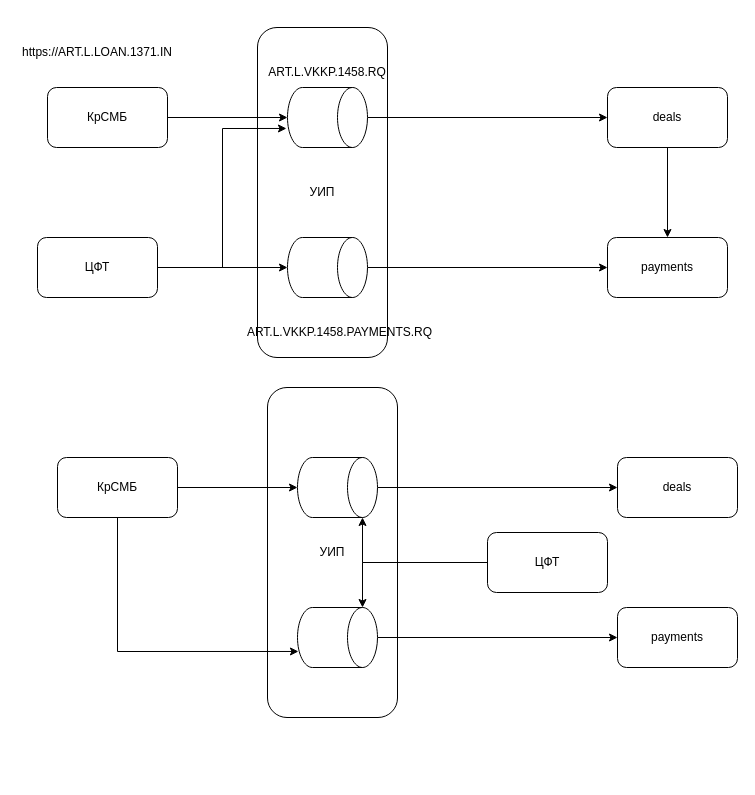
Earlier version of the draw.io diagram d1.drawio (ram2406/my_draw_io_diagrams). Source tidied: cells renumbered, new cells numbered last; positions are measured from the earlier drawing's top-left corner, leaving out a move shared by most shapes. Both pictures are drawn from the tidied source at 100%, with x=0, y=0 at pixel (17, 27).
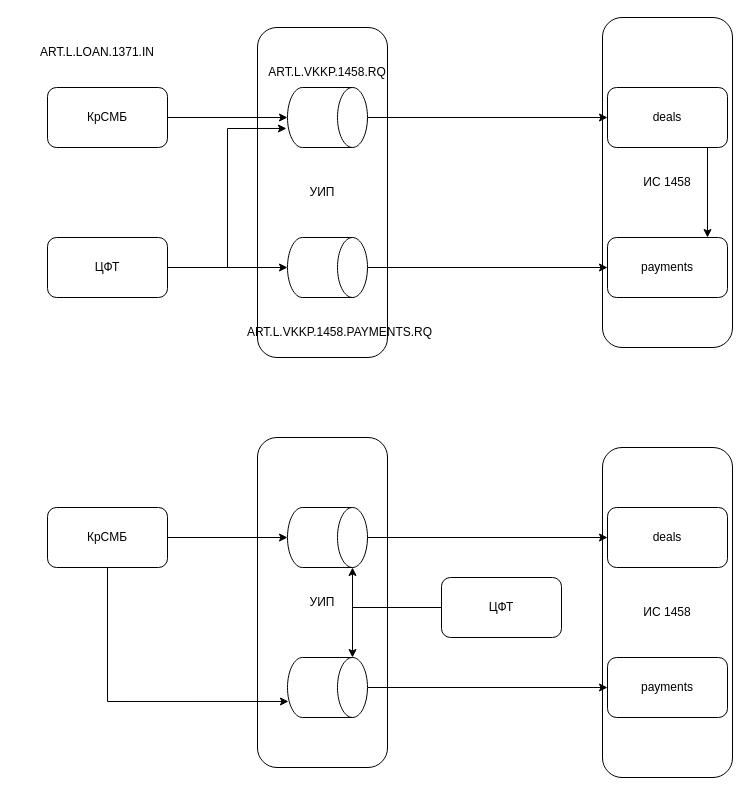
Above is the later version.

Change to the diagram source:
```diff
@@
+    <mxCell id="31" style="group;" parent="1" vertex="1">
+      <mxGeometry x="30" y="410" width="685" height="340" as="geometry" />
+    </mxCell>
+    <mxCell id="32" value="ИС 1458" style="rounded=1;whiteSpace=wrap;html=1;" parent="31" vertex="1">
+      <mxGeometry x="555" y="10" width="130" height="330" as="geometry" />
+    </mxCell>
-    <mxCell id="2" value="УИП" style="rounded=1;whiteSpace=wrap;html=1;" parent="1" vertex="1">
-      <mxGeometry x="250" y="360" width="130" height="330" as="geometry" />
+    <mxCell id="2" value="УИП" style="rounded=1;whiteSpace=wrap;html=1;" parent="31" vertex="1">
+      <mxGeometry x="210" width="130" height="330" as="geometry" />
     </mxCell>
-    <mxCell id="3" value="УИП" style="rounded=1;whiteSpace=wrap;html=1;" parent="1" vertex="1">
-      <mxGeometry x="240" width="130" height="330" as="geometry" />
-    </mxCell>
-    <mxCell id="4" style="edgeStyle=orthogonalEdgeStyle;rounded=0;jettySize=auto;html=1;entryX=0.5;entryY=0;entryDx=0;entryDy=0;" parent="1" edge="1" source="5" target="6">
-      <mxGeometry relative="1" as="geometry" />
-    </mxCell>
-    <mxCell id="5" value="deals" style="rounded=1;whiteSpace=wrap;html=1;" parent="1" vertex="1">
-      <mxGeometry x="590" y="60" width="120" height="60" as="geometry" />
-    </mxCell>
-    <mxCell id="6" value="payments" style="rounded=1;whiteSpace=wrap;html=1;" parent="1" vertex="1">
-      <mxGeometry x="590" y="210" width="120" height="60" as="geometry" />
-    </mxCell>
-    <mxCell id="7" value="КрСМБ" style="rounded=1;whiteSpace=wrap;html=1;" parent="1" vertex="1">
-      <mxGeometry x="30" y="60" width="120" height="60" as="geometry" />
-    </mxCell>
-    <mxCell id="8" style="edgeStyle=orthogonalEdgeStyle;rounded=0;jettySize=auto;html=1;" parent="1" edge="1" source="9" target="5">
-      <mxGeometry relative="1" as="geometry" />
-    </mxCell>
-    <mxCell id="9" style="shape=cylinder3;whiteSpace=wrap;html=1;boundedLbl=1;backgroundOutline=1;size=15;rotation=90;" parent="1" vertex="1">
-      <mxGeometry x="280" y="50" width="60" height="80" as="geometry" />
-    </mxCell>
-    <mxCell id="10" style="edgeStyle=orthogonalEdgeStyle;rounded=0;jettySize=auto;html=1;entryX=0.5;entryY=1;entryDx=0;entryDy=0;entryPerimeter=0;" parent="1" edge="1" source="7" target="9">
-      <mxGeometry relative="1" as="geometry" />
-    </mxCell>
-    <mxCell id="11" value="deals" style="rounded=1;whiteSpace=wrap;html=1;" parent="1" vertex="1">
-      <mxGeometry x="600" y="430" width="120" height="60" as="geometry" />
+    <mxCell id="11" value="deals" style="rounded=1;whiteSpace=wrap;html=1;" parent="31" vertex="1">
+      <mxGeometry x="560" y="70" width="120" height="60" as="geometry" />
     </mxCell>
-    <mxCell id="12" value="payments" style="rounded=1;whiteSpace=wrap;html=1;" parent="1" vertex="1">
-      <mxGeometry x="600" y="580" width="120" height="60" as="geometry" />
+    <mxCell id="12" value="payments" style="rounded=1;whiteSpace=wrap;html=1;" parent="31" vertex="1">
+      <mxGeometry x="560" y="220" width="120" height="60" as="geometry" />
     </mxCell>
-    <mxCell id="13" value="КрСМБ" style="rounded=1;whiteSpace=wrap;html=1;" parent="1" vertex="1">
-      <mxGeometry x="40" y="430" width="120" height="60" as="geometry" />
+    <mxCell id="13" value="КрСМБ" style="rounded=1;whiteSpace=wrap;html=1;" parent="31" vertex="1">
+      <mxGeometry y="70" width="120" height="60" as="geometry" />
     </mxCell>
-    <mxCell id="14" style="edgeStyle=orthogonalEdgeStyle;rounded=0;jettySize=auto;html=1;" parent="1" edge="1" source="15" target="11">
+    <mxCell id="14" style="edgeStyle=orthogonalEdgeStyle;rounded=0;jettySize=auto;html=1;" parent="31" edge="1" source="15" target="11">
       <mxGeometry relative="1" as="geometry" />
     </mxCell>
-    <mxCell id="15" style="shape=cylinder3;whiteSpace=wrap;html=1;boundedLbl=1;backgroundOutline=1;size=15;rotation=90;" parent="1" vertex="1">
-      <mxGeometry x="290" y="420" width="60" height="80" as="geometry" />
+    <mxCell id="15" style="shape=cylinder3;whiteSpace=wrap;html=1;boundedLbl=1;backgroundOutline=1;size=15;rotation=90;" parent="31" vertex="1">
+      <mxGeometry x="250" y="60" width="60" height="80" as="geometry" />
     </mxCell>
-    <mxCell id="16" style="edgeStyle=orthogonalEdgeStyle;rounded=0;jettySize=auto;html=1;entryX=0.5;entryY=1;entryDx=0;entryDy=0;entryPerimeter=0;" parent="1" edge="1" source="13" target="15">
+    <mxCell id="16" style="edgeStyle=orthogonalEdgeStyle;rounded=0;jettySize=auto;html=1;entryX=0.5;entryY=1;entryDx=0;entryDy=0;entryPerimeter=0;" parent="31" edge="1" source="13" target="15">
       <mxGeometry relative="1" as="geometry" />
     </mxCell>
-    <mxCell id="17" style="edgeStyle=orthogonalEdgeStyle;rounded=0;jettySize=auto;html=1;" parent="1" edge="1" source="18" target="12">
+    <mxCell id="17" style="edgeStyle=orthogonalEdgeStyle;rounded=0;jettySize=auto;html=1;" parent="31" edge="1" source="18" target="12">
       <mxGeometry relative="1" as="geometry" />
     </mxCell>
-    <mxCell id="18" style="shape=cylinder3;whiteSpace=wrap;html=1;boundedLbl=1;backgroundOutline=1;size=15;rotation=90;" parent="1" vertex="1">
-      <mxGeometry x="290" y="570" width="60" height="80" as="geometry" />
+    <mxCell id="18" style="shape=cylinder3;whiteSpace=wrap;html=1;boundedLbl=1;backgroundOutline=1;size=15;rotation=90;" parent="31" vertex="1">
+      <mxGeometry x="250" y="210" width="60" height="80" as="geometry" />
     </mxCell>
-    <mxCell id="19" style="edgeStyle=orthogonalEdgeStyle;rounded=0;jettySize=auto;html=1;entryX=0.733;entryY=0.988;entryDx=0;entryDy=0;entryPerimeter=0;" parent="1" edge="1" source="13" target="18">
+    <mxCell id="19" style="edgeStyle=orthogonalEdgeStyle;rounded=0;jettySize=auto;html=1;entryX=0.733;entryY=0.988;entryDx=0;entryDy=0;entryPerimeter=0;" parent="31" edge="1" source="13" target="18">
       <mxGeometry relative="1" as="geometry">
         <Array as="points">
-          <mxPoint x="100" y="624" />
+          <mxPoint x="60" y="264" />
         </Array>
       </mxGeometry>
     </mxCell>
-    <mxCell id="20" style="edgeStyle=orthogonalEdgeStyle;rounded=0;jettySize=auto;html=1;" parent="1" edge="1" source="21" target="6">
-      <mxGeometry relative="1" as="geometry" />
-    </mxCell>
-    <mxCell id="21" style="shape=cylinder3;whiteSpace=wrap;html=1;boundedLbl=1;backgroundOutline=1;size=15;rotation=90;" parent="1" vertex="1">
-      <mxGeometry x="280" y="200" width="60" height="80" as="geometry" />
-    </mxCell>
-    <mxCell id="22" style="edgeStyle=orthogonalEdgeStyle;rounded=0;jettySize=auto;html=1;entryX=0;entryY=0;entryDx=0;entryDy=15;entryPerimeter=0;" parent="1" edge="1" source="23" target="18">
+    <mxCell id="22" style="edgeStyle=orthogonalEdgeStyle;rounded=0;jettySize=auto;html=1;entryX=0;entryY=0;entryDx=0;entryDy=15;entryPerimeter=0;" parent="31" edge="1" source="23" target="18">
       <mxGeometry relative="1" as="geometry" />
     </mxCell>
-    <mxCell id="23" value="ЦФТ" style="rounded=1;whiteSpace=wrap;html=1;" parent="1" vertex="1">
-      <mxGeometry x="470" y="505" width="120" height="60" as="geometry" />
+    <mxCell id="23" value="ЦФТ" style="rounded=1;whiteSpace=wrap;html=1;" parent="31" vertex="1">
+      <mxGeometry x="394" y="140" width="120" height="60" as="geometry" />
     </mxCell>
-    <mxCell id="24" style="edgeStyle=orthogonalEdgeStyle;rounded=0;jettySize=auto;html=1;entryX=1;entryY=0;entryDx=0;entryDy=15;entryPerimeter=0;" parent="1" edge="1" source="23" target="15">
+    <mxCell id="24" style="edgeStyle=orthogonalEdgeStyle;rounded=0;jettySize=auto;html=1;entryX=1;entryY=0;entryDx=0;entryDy=15;entryPerimeter=0;" parent="31" edge="1" source="23" target="15">
       <mxGeometry relative="1" as="geometry" />
     </mxCell>
+    <mxCell id="33" style="group;" parent="1" vertex="1">
+      <mxGeometry y="-10" width="715" height="340" as="geometry" />
+    </mxCell>
+    <mxCell id="34" value="ИС 1458" style="rounded=1;whiteSpace=wrap;html=1;" parent="33" vertex="1">
+      <mxGeometry x="585" width="130" height="330" as="geometry" />
+    </mxCell>
+    <mxCell id="3" value="УИП" style="rounded=1;whiteSpace=wrap;html=1;" parent="33" vertex="1">
+      <mxGeometry x="240" y="10" width="130" height="330" as="geometry" />
+    </mxCell>
+    <mxCell id="4" style="edgeStyle=orthogonalEdgeStyle;rounded=0;orthogonalLoop=1;jettySize=auto;html=1;entryX=0.5;entryY=0;entryDx=0;entryDy=0;" parent="33" edge="1">
+      <mxGeometry relative="1" as="geometry">
+        <mxPoint x="690" y="130" as="sourcePoint" />
+        <mxPoint x="690" y="220" as="targetPoint" />
+      </mxGeometry>
+    </mxCell>
+    <mxCell id="5" value="deals" style="rounded=1;whiteSpace=wrap;html=1;" parent="33" vertex="1">
+      <mxGeometry x="590" y="70" width="120" height="60" as="geometry" />
+    </mxCell>
+    <mxCell id="6" value="payments" style="rounded=1;whiteSpace=wrap;html=1;" parent="33" vertex="1">
+      <mxGeometry x="590" y="220" width="120" height="60" as="geometry" />
+    </mxCell>
+    <mxCell id="7" value="КрСМБ" style="rounded=1;whiteSpace=wrap;html=1;" parent="33" vertex="1">
+      <mxGeometry x="30" y="70" width="120" height="60" as="geometry" />
+    </mxCell>
+    <mxCell id="8" style="edgeStyle=orthogonalEdgeStyle;rounded=0;jettySize=auto;html=1;" parent="33" edge="1" source="9" target="5">
+      <mxGeometry relative="1" as="geometry" />
+    </mxCell>
+    <mxCell id="9" style="shape=cylinder3;whiteSpace=wrap;html=1;boundedLbl=1;backgroundOutline=1;size=15;rotation=90;" parent="33" vertex="1">
+      <mxGeometry x="280" y="60" width="60" height="80" as="geometry" />
+    </mxCell>
+    <mxCell id="10" style="edgeStyle=orthogonalEdgeStyle;rounded=0;jettySize=auto;html=1;entryX=0.5;entryY=1;entryDx=0;entryDy=0;entryPerimeter=0;" parent="33" edge="1" source="7" target="9">
+      <mxGeometry relative="1" as="geometry" />
+    </mxCell>
+    <mxCell id="20" style="edgeStyle=orthogonalEdgeStyle;rounded=0;jettySize=auto;html=1;" parent="33" edge="1" source="21" target="6">
+      <mxGeometry relative="1" as="geometry" />
+    </mxCell>
+    <mxCell id="21" style="shape=cylinder3;whiteSpace=wrap;html=1;boundedLbl=1;backgroundOutline=1;size=15;rotation=90;" parent="33" vertex="1">
+      <mxGeometry x="280" y="210" width="60" height="80" as="geometry" />
+    </mxCell>
-    <mxCell id="25" value="ЦФТ" style="rounded=1;whiteSpace=wrap;html=1;" parent="1" vertex="1">
-      <mxGeometry x="20" y="210" width="120" height="60" as="geometry" />
+    <mxCell id="25" value="ЦФТ" style="rounded=1;whiteSpace=wrap;html=1;" parent="33" vertex="1">
+      <mxGeometry x="30" y="220" width="120" height="60" as="geometry" />
     </mxCell>
-    <mxCell id="26" style="edgeStyle=orthogonalEdgeStyle;rounded=0;jettySize=auto;html=1;entryX=0.5;entryY=1;entryDx=0;entryDy=0;entryPerimeter=0;" parent="1" edge="1" source="25" target="21">
+    <mxCell id="26" style="edgeStyle=orthogonalEdgeStyle;rounded=0;jettySize=auto;html=1;entryX=0.5;entryY=1;entryDx=0;entryDy=0;entryPerimeter=0;" parent="33" edge="1" source="25" target="21">
       <mxGeometry relative="1" as="geometry" />
     </mxCell>
-    <mxCell id="27" value="ART.L.VKKP.1458.RQ" style="text;html=1;align=center;verticalAlign=middle;whiteSpace=wrap;rounded=0;" parent="1" vertex="1">
-      <mxGeometry x="240" y="30" width="140" height="30" as="geometry" />
+    <mxCell id="27" value="ART.L.VKKP.1458.RQ" style="text;html=1;align=center;verticalAlign=middle;whiteSpace=wrap;rounded=0;" parent="33" vertex="1">
+      <mxGeometry x="240" y="40" width="140" height="30" as="geometry" />
     </mxCell>
-    <mxCell id="28" value="ART.L.VKKP.1458.PAYMENTS.RQ" style="text;html=1;align=center;verticalAlign=middle;whiteSpace=wrap;rounded=0;" parent="1" vertex="1">
-      <mxGeometry x="235" y="290" width="175" height="30" as="geometry" />
+    <mxCell id="28" value="ART.L.VKKP.1458.PAYMENTS.RQ" style="text;html=1;align=center;verticalAlign=middle;whiteSpace=wrap;rounded=0;" parent="33" vertex="1">
+      <mxGeometry x="235" y="300" width="175" height="30" as="geometry" />
     </mxCell>
-    <mxCell id="29" style="edgeStyle=orthogonalEdgeStyle;rounded=0;jettySize=auto;html=1;entryX=0.683;entryY=1.013;entryDx=0;entryDy=0;entryPerimeter=0;" parent="1" edge="1" source="25" target="9">
+    <mxCell id="29" style="edgeStyle=orthogonalEdgeStyle;rounded=0;jettySize=auto;html=1;entryX=0.683;entryY=1.013;entryDx=0;entryDy=0;entryPerimeter=0;" parent="33" edge="1" source="25" target="9">
       <mxGeometry relative="1" as="geometry" />
     </mxCell>
-    <mxCell id="30" value="https://ART.L.LOAN.1371.IN" style="text;html=1;align=center;verticalAlign=middle;whiteSpace=wrap;rounded=0;" parent="1" vertex="1">
-      <mxGeometry y="20" width="160" height="10" as="geometry" />
+    <mxCell id="30" value="ART.L.LOAN.1371.IN" style="text;html=1;align=center;verticalAlign=middle;whiteSpace=wrap;rounded=0;" parent="33" vertex="1">
+      <mxGeometry y="30" width="160" height="10" as="geometry" />
     </mxCell>
```
